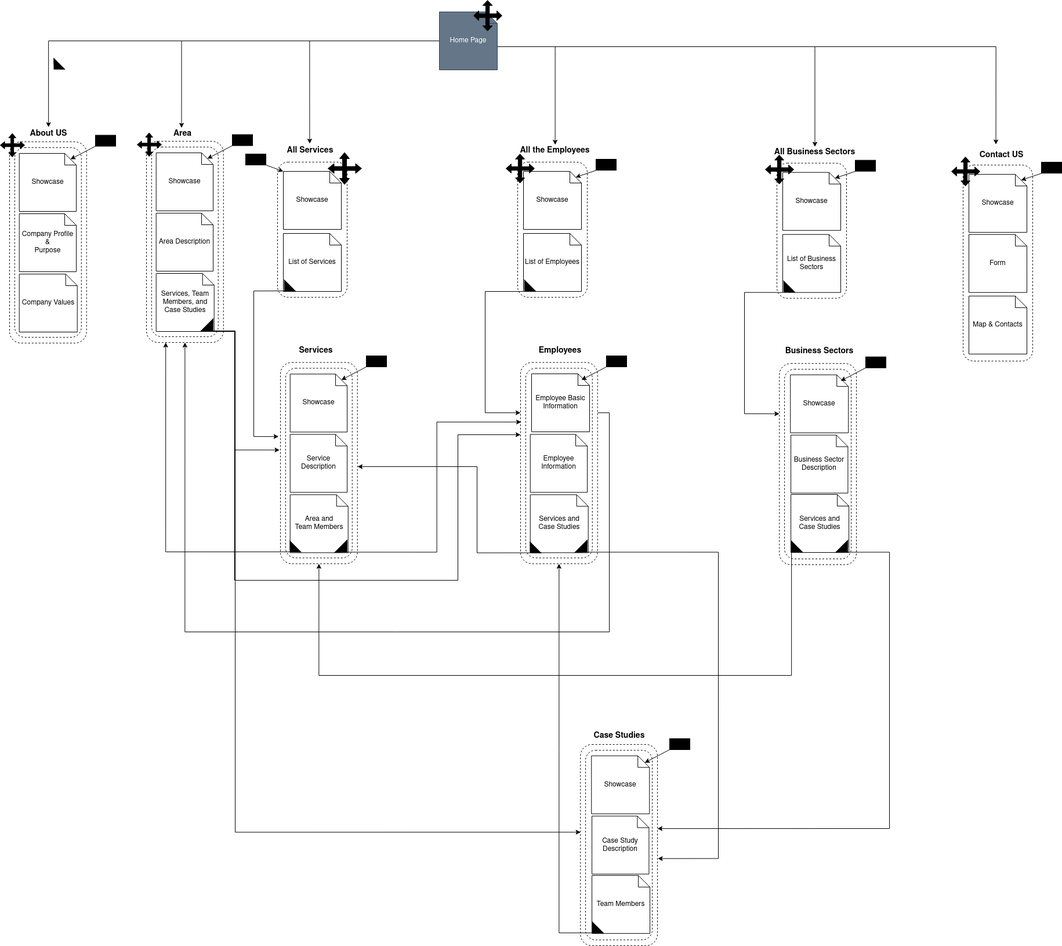
Before: Design Documents/P-IDM.png, a diagram exported from draw.io (manzomanze/HypermediaApplicationsProject-Manzella-Messuti-Pelagatti-Pellizzer). Source tidied: cells renumbered, new cells last; positions are measured from the earlier drawing's top-left corner, leaving out a move shared by most shapes.
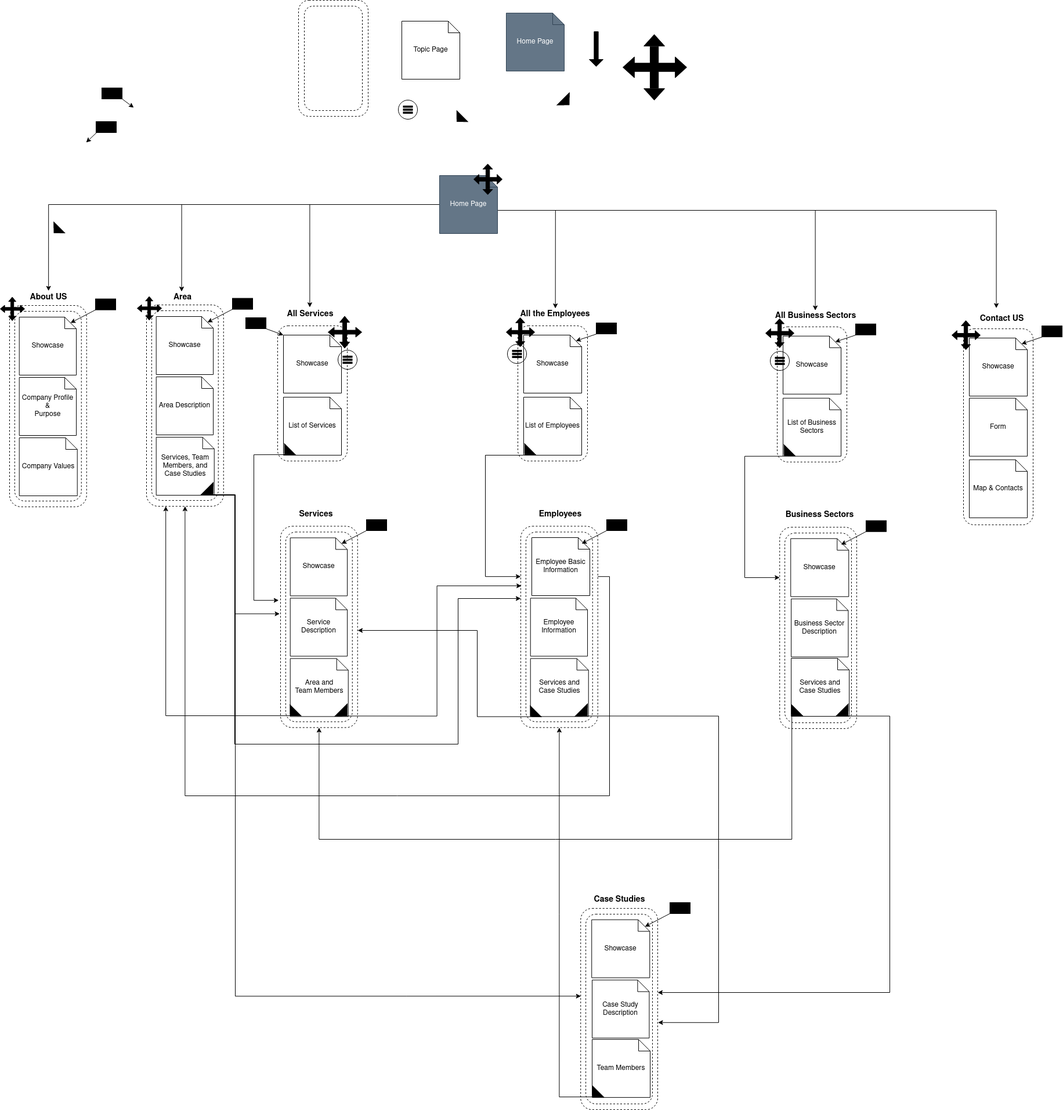
Later version of the same file.

Diff of the diagram source:
```diff
@@ -5,6 +5,21 @@
     <mxCell id="2" style="rounded=1;whiteSpace=wrap;html=1;glass=0;strokeColor=#000000;strokeWidth=1;fillColor=none;dashed=1;" parent="1" vertex="1">
       <mxGeometry x="478" y="283" width="120" height="233" as="geometry" />
     </mxCell>
+    <mxCell id="156" style="group;" parent="1" vertex="1">
+      <mxGeometry x="514" y="-278" width="120" height="200" as="geometry" />
+    </mxCell>
+    <mxCell id="157" style="rounded=1;whiteSpace=wrap;html=1;glass=0;strokeColor=#000000;strokeWidth=1;fillColor=none;dashed=1;" parent="156" vertex="1">
+      <mxGeometry width="120" height="200" as="geometry" />
+    </mxCell>
+    <mxCell id="158" style="rounded=1;whiteSpace=wrap;html=1;glass=0;strokeColor=#000000;strokeWidth=1;fillColor=none;dashed=1;" parent="156" vertex="1">
+      <mxGeometry x="10" y="10" width="100" height="180" as="geometry" />
+    </mxCell>
+    <mxCell id="159" value="&lt;div&gt;Topic Page&lt;/div&gt;" style="shape=note;size=20;whiteSpace=wrap;html=1;" parent="1" vertex="1">
+      <mxGeometry x="692" y="-242" width="100" height="100" as="geometry" />
+    </mxCell>
+    <mxCell id="160" value="&lt;div&gt;Home Page&lt;/div&gt;" style="shape=note;size=20;whiteSpace=wrap;html=1;fillColor=#647687;strokeColor=#314354;fontColor=#ffffff;" parent="1" vertex="1">
+      <mxGeometry x="872" y="-256" width="100" height="100" as="geometry" />
+    </mxCell>
     <mxCell id="3" style="edgeStyle=orthogonalEdgeStyle;rounded=0;jettySize=auto;html=1;exitX=0;exitY=0.5;exitDx=0;exitDy=0;exitPerimeter=0;entryX=0.502;entryY=-0.061;entryDx=0;entryDy=0;entryPerimeter=0;" parent="1" edge="1" source="9" target="22">
       <mxGeometry relative="1" as="geometry" />
     </mxCell>
@@ -30,6 +45,36 @@
     <mxCell id="9" value="&lt;div&gt;Home Page&lt;/div&gt;" style="shape=note;size=20;whiteSpace=wrap;html=1;fillColor=#647687;strokeColor=#314354;fontColor=#ffffff;" parent="1" vertex="1">
       <mxGeometry x="757" y="24" width="100" height="100" as="geometry" />
     </mxCell>
+    <mxCell id="161" style="group;" parent="1" vertex="1">
+      <mxGeometry x="686" y="-106" width="33" height="33" as="geometry" />
+    </mxCell>
+    <mxCell id="162" style="shape=parallelMarker;direction=south;html=1;" parent="161" vertex="1">
+      <mxGeometry x="8.5" y="10" width="16" height="13" as="geometry" />
+    </mxCell>
+    <mxCell id="163" style="ellipse;whiteSpace=wrap;html=1;fillColor=none;" parent="161" vertex="1">
+      <mxGeometry width="33" height="33" as="geometry" />
+    </mxCell>
+    <mxCell id="164" style="shape=singleArrow;direction=south;whiteSpace=wrap;html=1;fillColor=#000000;" parent="1" vertex="1">
+      <mxGeometry x="1015" y="-224" width="24" height="60" as="geometry" />
+    </mxCell>
+    <mxCell id="165" style="group;" parent="1" vertex="1">
+      <mxGeometry x="1073" y="-218.9" width="110" height="112.9" as="geometry" />
+    </mxCell>
+    <mxCell id="166" style="shape=cross;whiteSpace=wrap;html=1;fillColor=#000000;" parent="165" vertex="1">
+      <mxGeometry x="18" y="20.6" width="72.1" height="71.7" as="geometry" />
+    </mxCell>
+    <mxCell id="167" style="triangle;whiteSpace=wrap;html=1;fillColor=#000000;rotation=-90;" parent="165" vertex="1">
+      <mxGeometry x="44.2" y="-8.1" width="19.8" height="35.9" as="geometry" />
+    </mxCell>
+    <mxCell id="168" style="triangle;whiteSpace=wrap;html=1;fillColor=#000000;rotation=0;" parent="165" vertex="1">
+      <mxGeometry x="90.2" y="38.5" width="19.8" height="35.9" as="geometry" />
+    </mxCell>
+    <mxCell id="169" style="triangle;whiteSpace=wrap;html=1;fillColor=#000000;rotation=90;" parent="165" vertex="1">
+      <mxGeometry x="44.2" y="85.1" width="19.8" height="35.9" as="geometry" />
+    </mxCell>
+    <mxCell id="170" style="triangle;whiteSpace=wrap;html=1;fillColor=#000000;rotation=-180;" parent="165" vertex="1">
+      <mxGeometry y="38.5" width="19.8" height="35.9" as="geometry" />
+    </mxCell>
     <mxCell id="10" style="group;" parent="1" vertex="1">
       <mxGeometry x="816" y="4" width="49" height="53" as="geometry" />
     </mxCell>
@@ -48,6 +93,9 @@
     <mxCell id="15" style="triangle;whiteSpace=wrap;html=1;fillColor=#000000;rotation=-180;" parent="10" vertex="1">
       <mxGeometry y="18.1" width="8.8" height="16.8" as="geometry" />
     </mxCell>
+    <mxCell id="171" style="triangle;whiteSpace=wrap;html=1;rotation=45;fillColor=#000000;" parent="1" vertex="1">
+      <mxGeometry x="968" y="-118" width="14.5" height="30.2" as="geometry" />
+    </mxCell>
     <mxCell id="16" style="group;" parent="1" vertex="1">
       <mxGeometry x="30.8" y="248" width="118" height="347" as="geometry" />
     </mxCell>
@@ -87,6 +135,14 @@
     <mxCell id="28" style="triangle;whiteSpace=wrap;html=1;fillColor=#000000;rotation=-180;" parent="23" vertex="1">
       <mxGeometry y="13.7" width="7.6" height="12.7" as="geometry" />
     </mxCell>
+    <mxCell id="172" style="rounded=0;whiteSpace=wrap;html=1;fillColor=#000000;strokeColor=#000000;" parent="1" vertex="1">
+      <mxGeometry x="175" y="-127" width="35" height="19" as="geometry" />
+    </mxCell>
+    <mxCell id="173" style="endArrow=classic;html=1;exitX=1;exitY=1;exitDx=0;exitDy=0;" parent="1" edge="1" source="172">
+      <mxGeometry relative="1" as="geometry">
+        <mxPoint x="230" y="-93" as="targetPoint" />
+      </mxGeometry>
+    </mxCell>
     <mxCell id="29" style="rounded=0;whiteSpace=wrap;html=1;fillColor=#000000;strokeColor=#000000;" parent="1" vertex="1">
       <mxGeometry x="164" y="236.6" width="35" height="19" as="geometry" />
     </mxCell>
@@ -174,6 +230,9 @@
     <mxCell id="57" value="&lt;b&gt;&lt;font style=&quot;font-size: 14px&quot;&gt;Services&lt;/font&gt;&lt;/b&gt;" style="text;html=1;align=center;verticalAlign=middle;strokeColor=none;" parent="1" vertex="1">
       <mxGeometry x="510" y="598" width="68" height="19" as="geometry" />
     </mxCell>
+    <mxCell id="174" style="triangle;whiteSpace=wrap;html=1;rotation=135;fillColor=#000000;" parent="1" vertex="1">
+      <mxGeometry x="785" y="-87.1" width="13" height="26.9" as="geometry" />
+    </mxCell>
     <mxCell id="58" value="&lt;font style=&quot;font-size: 14px&quot;&gt;&lt;b&gt;All Services&lt;/b&gt;&lt;/font&gt;" style="text;html=1;align=center;verticalAlign=middle;strokeColor=none;" parent="1" vertex="1">
       <mxGeometry x="489" y="253.9" width="90" height="19" as="geometry" />
     </mxCell>
@@ -278,6 +337,15 @@
     <mxCell id="86" style="triangle;whiteSpace=wrap;html=1;fillColor=#000000;rotation=-180;" parent="81" vertex="1">
       <mxGeometry y="17.1" width="8.8" height="15.9" as="geometry" />
     </mxCell>
+    <mxCell id="175" style="rounded=0;whiteSpace=wrap;html=1;fillColor=#000000;strokeColor=#000000;" parent="1" vertex="1">
+      <mxGeometry x="165" y="-69" width="35" height="19" as="geometry" />
+    </mxCell>
+    <mxCell id="176" style="endArrow=classic;html=1;" parent="1" edge="1">
+      <mxGeometry relative="1" as="geometry">
+        <mxPoint x="166" y="-50" as="sourcePoint" />
+        <mxPoint x="148" y="-33" as="targetPoint" />
+      </mxGeometry>
+    </mxCell>
     <mxCell id="87" style="rounded=0;whiteSpace=wrap;html=1;fillColor=#000000;strokeColor=#000000;" parent="1" vertex="1">
       <mxGeometry x="423" y="269" width="35" height="19" as="geometry" />
     </mxCell>
@@ -544,5 +612,32 @@
     <mxCell id="155" style="edgeStyle=orthogonalEdgeStyle;rounded=0;jettySize=auto;html=1;exitX=1;exitY=0.5;exitDx=0;exitDy=0;entryX=0.25;entryY=1;entryDx=0;entryDy=0;" parent="1" edge="1" source="54" target="32">
       <mxGeometry relative="1" as="geometry" />
     </mxCell>
+    <mxCell id="177" style="group;" parent="1" vertex="1">
+      <mxGeometry x="582" y="325" width="33" height="33" as="geometry" />
+    </mxCell>
+    <mxCell id="178" style="shape=parallelMarker;direction=south;html=1;" parent="177" vertex="1">
+      <mxGeometry x="8.5" y="10" width="16" height="13" as="geometry" />
+    </mxCell>
+    <mxCell id="179" style="ellipse;whiteSpace=wrap;html=1;fillColor=none;" parent="177" vertex="1">
+      <mxGeometry width="33" height="33" as="geometry" />
+    </mxCell>
+    <mxCell id="180" style="group;" parent="1" vertex="1">
+      <mxGeometry x="874" y="315" width="33" height="33" as="geometry" />
+    </mxCell>
+    <mxCell id="181" style="shape=parallelMarker;direction=south;html=1;" parent="180" vertex="1">
+      <mxGeometry x="8.5" y="10" width="16" height="13" as="geometry" />
+    </mxCell>
+    <mxCell id="182" style="ellipse;whiteSpace=wrap;html=1;fillColor=none;" parent="180" vertex="1">
+      <mxGeometry width="33" height="33" as="geometry" />
+    </mxCell>
+    <mxCell id="183" style="group;" parent="1" vertex="1">
+      <mxGeometry x="1327" y="327" width="33" height="33" as="geometry" />
+    </mxCell>
+    <mxCell id="184" style="shape=parallelMarker;direction=south;html=1;" parent="183" vertex="1">
+      <mxGeometry x="8.5" y="10" width="16" height="13" as="geometry" />
+    </mxCell>
+    <mxCell id="185" style="ellipse;whiteSpace=wrap;html=1;fillColor=none;" parent="183" vertex="1">
+      <mxGeometry width="33" height="33" as="geometry" />
+    </mxCell>
   </root>
 </mxGraphModel>
```
